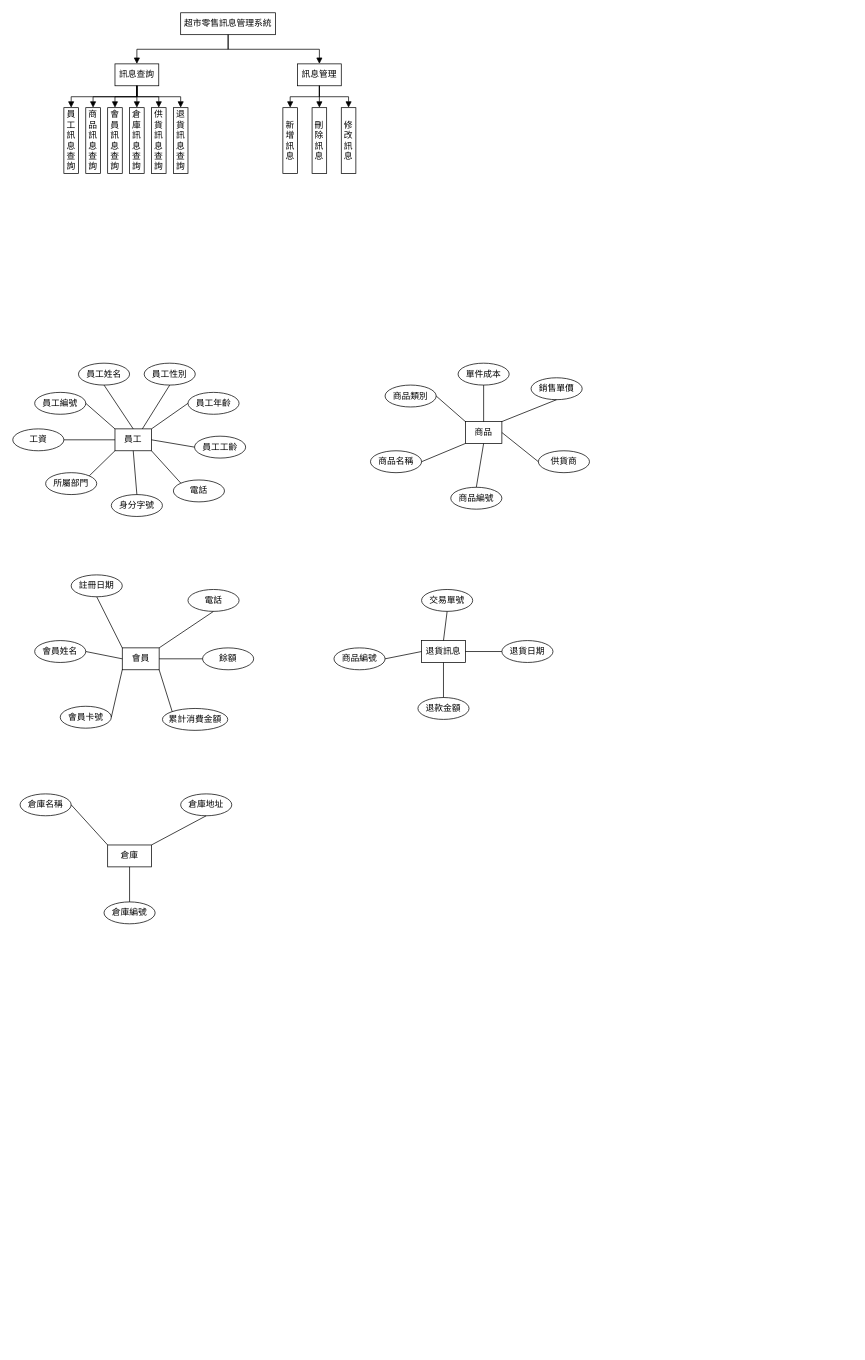
dogg21/SE_Final keeps this draw.io diagram as 未命名绘图.drawio. Above is the earlier version. Source tidied: cells renumbered, new cells numbered last; positions are measured from the earlier drawing's top-left corner, leaving out a move shared by most shapes. Both pictures are drawn from the tidied source at 73%, with x=0, y=0 at pixel (12, 12).
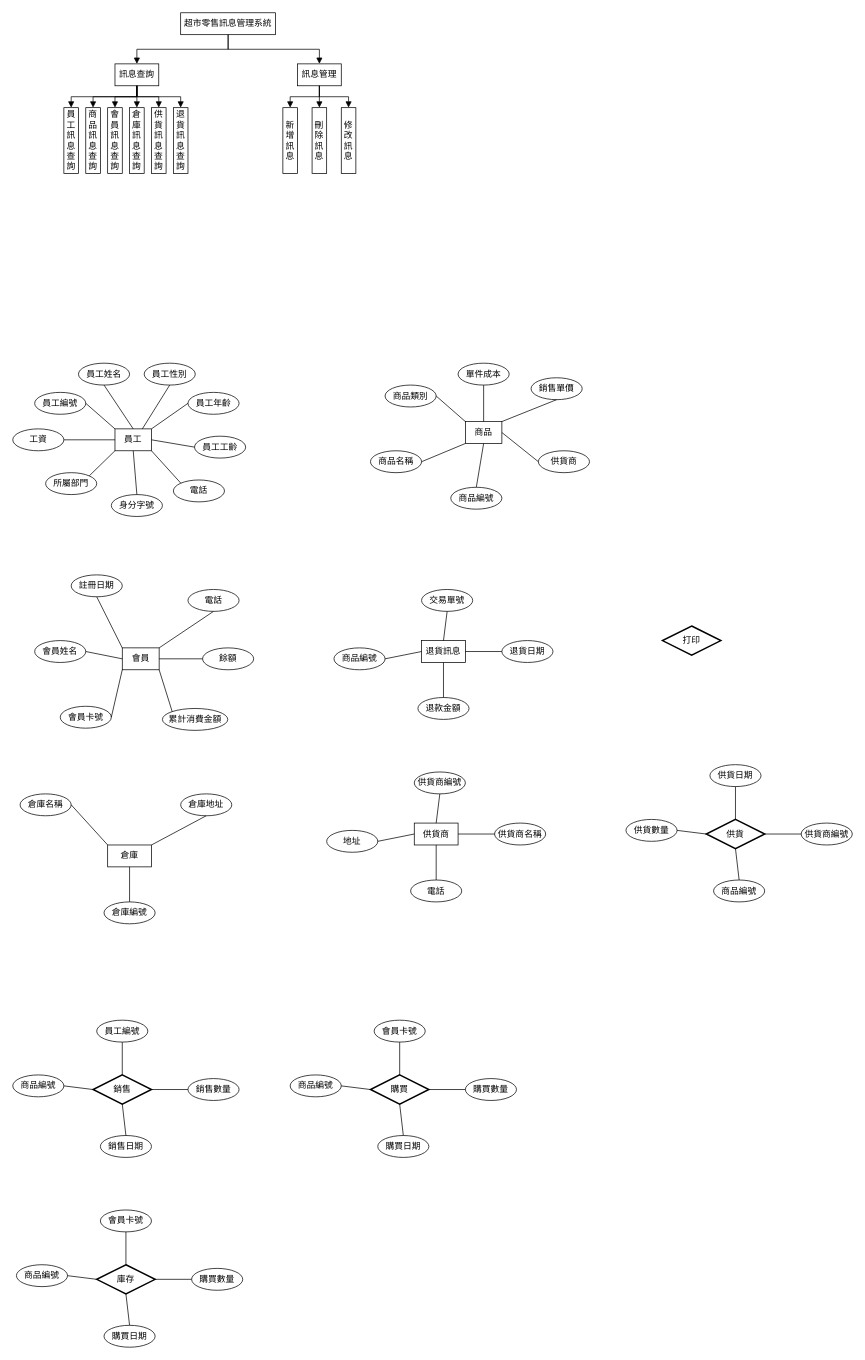
The same diagram, later.

Commit message (it also covers changes not shown here):
更新未命名绘图.drawio

Diff of the diagram source:
```diff
@@
+    <mxCell id="86" value="供貨商" style="html=1;whiteSpace=wrap;" parent="1" vertex="1">
+      <mxGeometry x="550" y="1110" width="60" height="30" as="geometry" />
+    </mxCell>
+    <mxCell id="87" value="供貨商編號" style="ellipse;whiteSpace=wrap;html=1;" parent="1" vertex="1">
+      <mxGeometry x="550" y="1040" width="70" height="30" as="geometry" />
+    </mxCell>
+    <mxCell id="88" value="供貨商名稱" style="ellipse;whiteSpace=wrap;html=1;" parent="1" vertex="1">
+      <mxGeometry x="660" y="1110" width="70" height="30" as="geometry" />
+    </mxCell>
+    <mxCell id="89" value="電話" style="ellipse;whiteSpace=wrap;html=1;" parent="1" vertex="1">
+      <mxGeometry x="545" y="1188" width="70" height="30" as="geometry" />
+    </mxCell>
+    <mxCell id="90" value="地址" style="ellipse;whiteSpace=wrap;html=1;" parent="1" vertex="1">
+      <mxGeometry x="430" y="1120" width="70" height="30" as="geometry" />
+    </mxCell>
+    <mxCell id="91" style="endArrow=none;html=1;rounded=0;exitX=1;exitY=0.5;exitDx=0;exitDy=0;entryX=0;entryY=0.5;entryDx=0;entryDy=0;" parent="1" edge="1" source="86" target="88">
+      <mxGeometry relative="1" as="geometry" />
+    </mxCell>
+    <mxCell id="92" style="endArrow=none;html=1;rounded=0;exitX=0.5;exitY=1;exitDx=0;exitDy=0;entryX=0.5;entryY=0;entryDx=0;entryDy=0;" parent="1" edge="1" source="86" target="89">
+      <mxGeometry relative="1" as="geometry" />
+    </mxCell>
+    <mxCell id="93" style="endArrow=none;html=1;rounded=0;exitX=0;exitY=0.5;exitDx=0;exitDy=0;entryX=1;entryY=0.5;entryDx=0;entryDy=0;" parent="1" edge="1" source="86" target="90">
+      <mxGeometry relative="1" as="geometry" />
+    </mxCell>
+    <mxCell id="94" style="endArrow=none;html=1;rounded=0;exitX=0.5;exitY=0;exitDx=0;exitDy=0;entryX=0.5;entryY=1;entryDx=0;entryDy=0;" parent="1" edge="1" source="86" target="87">
+      <mxGeometry relative="1" as="geometry" />
+    </mxCell>
+    <mxCell id="95" value="打印" style="strokeWidth=2;html=1;shape=mxgraph.flowchart.decision;whiteSpace=wrap;" parent="1" vertex="1">
+      <mxGeometry x="890" y="840" width="80" height="40" as="geometry" />
+    </mxCell>
+    <mxCell id="96" value="供貨" style="strokeWidth=2;html=1;shape=mxgraph.flowchart.decision;whiteSpace=wrap;" parent="1" vertex="1">
+      <mxGeometry x="950" y="1105" width="80" height="40" as="geometry" />
+    </mxCell>
+    <mxCell id="97" value="供貨日期" style="ellipse;whiteSpace=wrap;html=1;" parent="1" vertex="1">
+      <mxGeometry x="955" y="1030" width="70" height="30" as="geometry" />
+    </mxCell>
+    <mxCell id="98" value="供貨數量" style="ellipse;whiteSpace=wrap;html=1;" parent="1" vertex="1">
+      <mxGeometry x="840" y="1105" width="70" height="30" as="geometry" />
+    </mxCell>
+    <mxCell id="99" value="商品編號" style="ellipse;whiteSpace=wrap;html=1;" parent="1" vertex="1">
+      <mxGeometry x="960" y="1188" width="70" height="30" as="geometry" />
+    </mxCell>
+    <mxCell id="100" value="供貨商編號" style="ellipse;whiteSpace=wrap;html=1;" parent="1" vertex="1">
+      <mxGeometry x="1080" y="1110" width="70" height="30" as="geometry" />
+    </mxCell>
+    <mxCell id="101" style="endArrow=none;html=1;rounded=0;exitX=0.5;exitY=1;exitDx=0;exitDy=0;entryX=0.5;entryY=0;entryDx=0;entryDy=0;entryPerimeter=0;" parent="1" edge="1" source="97" target="96">
+      <mxGeometry relative="1" as="geometry" />
+    </mxCell>
+    <mxCell id="102" style="endArrow=none;html=1;rounded=0;exitX=0;exitY=0.5;exitDx=0;exitDy=0;entryX=1;entryY=0.5;entryDx=0;entryDy=0;entryPerimeter=0;" parent="1" edge="1" source="100" target="96">
+      <mxGeometry relative="1" as="geometry" />
+    </mxCell>
+    <mxCell id="103" style="endArrow=none;html=1;rounded=0;exitX=0.5;exitY=1;exitDx=0;exitDy=0;entryX=0.5;entryY=0;entryDx=0;entryDy=0;exitPerimeter=0;" parent="1" edge="1" source="96" target="99">
+      <mxGeometry relative="1" as="geometry" />
+    </mxCell>
+    <mxCell id="104" style="endArrow=none;html=1;rounded=0;exitX=1;exitY=0.5;exitDx=0;exitDy=0;entryX=0;entryY=0.5;entryDx=0;entryDy=0;entryPerimeter=0;" parent="1" edge="1" source="98" target="96">
+      <mxGeometry relative="1" as="geometry" />
+    </mxCell>
+    <mxCell id="105" value="銷售" style="strokeWidth=2;html=1;shape=mxgraph.flowchart.decision;whiteSpace=wrap;" parent="1" vertex="1">
+      <mxGeometry x="110" y="1455" width="80" height="40" as="geometry" />
+    </mxCell>
+    <mxCell id="106" value="員工編號" style="ellipse;whiteSpace=wrap;html=1;" parent="1" vertex="1">
+      <mxGeometry x="115" y="1380" width="70" height="30" as="geometry" />
+    </mxCell>
+    <mxCell id="107" value="商品編號" style="ellipse;whiteSpace=wrap;html=1;" parent="1" vertex="1">
+      <mxGeometry y="1455" width="70" height="30" as="geometry" />
+    </mxCell>
+    <mxCell id="108" value="銷售日期" style="ellipse;whiteSpace=wrap;html=1;" parent="1" vertex="1">
+      <mxGeometry x="120" y="1538" width="70" height="30" as="geometry" />
+    </mxCell>
+    <mxCell id="109" value="銷售數量" style="ellipse;whiteSpace=wrap;html=1;" parent="1" vertex="1">
+      <mxGeometry x="240" y="1460" width="70" height="30" as="geometry" />
+    </mxCell>
+    <mxCell id="110" style="endArrow=none;html=1;rounded=0;exitX=0.5;exitY=1;exitDx=0;exitDy=0;entryX=0.5;entryY=0;entryDx=0;entryDy=0;entryPerimeter=0;" parent="1" edge="1" source="106" target="105">
+      <mxGeometry relative="1" as="geometry" />
+    </mxCell>
+    <mxCell id="111" style="endArrow=none;html=1;rounded=0;exitX=0;exitY=0.5;exitDx=0;exitDy=0;entryX=1;entryY=0.5;entryDx=0;entryDy=0;entryPerimeter=0;" parent="1" edge="1" source="109" target="105">
+      <mxGeometry relative="1" as="geometry" />
+    </mxCell>
+    <mxCell id="112" style="endArrow=none;html=1;rounded=0;exitX=0.5;exitY=1;exitDx=0;exitDy=0;entryX=0.5;entryY=0;entryDx=0;entryDy=0;exitPerimeter=0;" parent="1" edge="1" source="105" target="108">
+      <mxGeometry relative="1" as="geometry" />
+    </mxCell>
+    <mxCell id="113" style="endArrow=none;html=1;rounded=0;exitX=1;exitY=0.5;exitDx=0;exitDy=0;entryX=0;entryY=0.5;entryDx=0;entryDy=0;entryPerimeter=0;" parent="1" edge="1" source="107" target="105">
+      <mxGeometry relative="1" as="geometry" />
+    </mxCell>
+    <mxCell id="114" value="購買" style="strokeWidth=2;html=1;shape=mxgraph.flowchart.decision;whiteSpace=wrap;" parent="1" vertex="1">
+      <mxGeometry x="490" y="1455" width="80" height="40" as="geometry" />
+    </mxCell>
+    <mxCell id="115" value="會員卡號" style="ellipse;whiteSpace=wrap;html=1;" parent="1" vertex="1">
+      <mxGeometry x="495" y="1380" width="70" height="30" as="geometry" />
+    </mxCell>
+    <mxCell id="116" value="商品編號" style="ellipse;whiteSpace=wrap;html=1;" parent="1" vertex="1">
+      <mxGeometry x="380" y="1455" width="70" height="30" as="geometry" />
+    </mxCell>
+    <mxCell id="117" value="購買日期" style="ellipse;whiteSpace=wrap;html=1;" parent="1" vertex="1">
+      <mxGeometry x="500" y="1538" width="70" height="30" as="geometry" />
+    </mxCell>
+    <mxCell id="118" value="購買數量" style="ellipse;whiteSpace=wrap;html=1;" parent="1" vertex="1">
+      <mxGeometry x="620" y="1460" width="70" height="30" as="geometry" />
+    </mxCell>
+    <mxCell id="119" style="endArrow=none;html=1;rounded=0;exitX=0.5;exitY=1;exitDx=0;exitDy=0;entryX=0.5;entryY=0;entryDx=0;entryDy=0;entryPerimeter=0;" parent="1" edge="1" source="115" target="114">
+      <mxGeometry relative="1" as="geometry" />
+    </mxCell>
+    <mxCell id="120" style="endArrow=none;html=1;rounded=0;exitX=0;exitY=0.5;exitDx=0;exitDy=0;entryX=1;entryY=0.5;entryDx=0;entryDy=0;entryPerimeter=0;" parent="1" edge="1" source="118" target="114">
+      <mxGeometry relative="1" as="geometry" />
+    </mxCell>
+    <mxCell id="121" style="endArrow=none;html=1;rounded=0;exitX=0.5;exitY=1;exitDx=0;exitDy=0;entryX=0.5;entryY=0;entryDx=0;entryDy=0;exitPerimeter=0;" parent="1" edge="1" source="114" target="117">
+      <mxGeometry relative="1" as="geometry" />
+    </mxCell>
+    <mxCell id="122" style="endArrow=none;html=1;rounded=0;exitX=1;exitY=0.5;exitDx=0;exitDy=0;entryX=0;entryY=0.5;entryDx=0;entryDy=0;entryPerimeter=0;" parent="1" edge="1" source="116" target="114">
+      <mxGeometry relative="1" as="geometry" />
+    </mxCell>
+    <mxCell id="123" value="庫存" style="strokeWidth=2;html=1;shape=mxgraph.flowchart.decision;whiteSpace=wrap;" parent="1" vertex="1">
+      <mxGeometry x="115" y="1715" width="80" height="40" as="geometry" />
+    </mxCell>
+    <mxCell id="124" value="會員卡號" style="ellipse;whiteSpace=wrap;html=1;" parent="1" vertex="1">
+      <mxGeometry x="120" y="1640" width="70" height="30" as="geometry" />
+    </mxCell>
+    <mxCell id="125" value="商品編號" style="ellipse;whiteSpace=wrap;html=1;" parent="1" vertex="1">
+      <mxGeometry x="5" y="1715" width="70" height="30" as="geometry" />
+    </mxCell>
+    <mxCell id="126" value="購買日期" style="ellipse;whiteSpace=wrap;html=1;" parent="1" vertex="1">
+      <mxGeometry x="125" y="1798" width="70" height="30" as="geometry" />
+    </mxCell>
+    <mxCell id="127" value="購買數量" style="ellipse;whiteSpace=wrap;html=1;" parent="1" vertex="1">
+      <mxGeometry x="245" y="1720" width="70" height="30" as="geometry" />
+    </mxCell>
+    <mxCell id="128" style="endArrow=none;html=1;rounded=0;exitX=0.5;exitY=1;exitDx=0;exitDy=0;entryX=0.5;entryY=0;entryDx=0;entryDy=0;entryPerimeter=0;" parent="1" edge="1" source="124" target="123">
+      <mxGeometry relative="1" as="geometry" />
+    </mxCell>
+    <mxCell id="129" style="endArrow=none;html=1;rounded=0;exitX=0;exitY=0.5;exitDx=0;exitDy=0;entryX=1;entryY=0.5;entryDx=0;entryDy=0;entryPerimeter=0;" parent="1" edge="1" source="127" target="123">
+      <mxGeometry relative="1" as="geometry" />
+    </mxCell>
+    <mxCell id="130" style="endArrow=none;html=1;rounded=0;exitX=0.5;exitY=1;exitDx=0;exitDy=0;entryX=0.5;entryY=0;entryDx=0;entryDy=0;exitPerimeter=0;" parent="1" edge="1" source="123" target="126">
+      <mxGeometry relative="1" as="geometry" />
+    </mxCell>
+    <mxCell id="131" style="endArrow=none;html=1;rounded=0;exitX=1;exitY=0.5;exitDx=0;exitDy=0;entryX=0;entryY=0.5;entryDx=0;entryDy=0;entryPerimeter=0;" parent="1" edge="1" source="125" target="123">
+      <mxGeometry relative="1" as="geometry" />
+    </mxCell>
```
